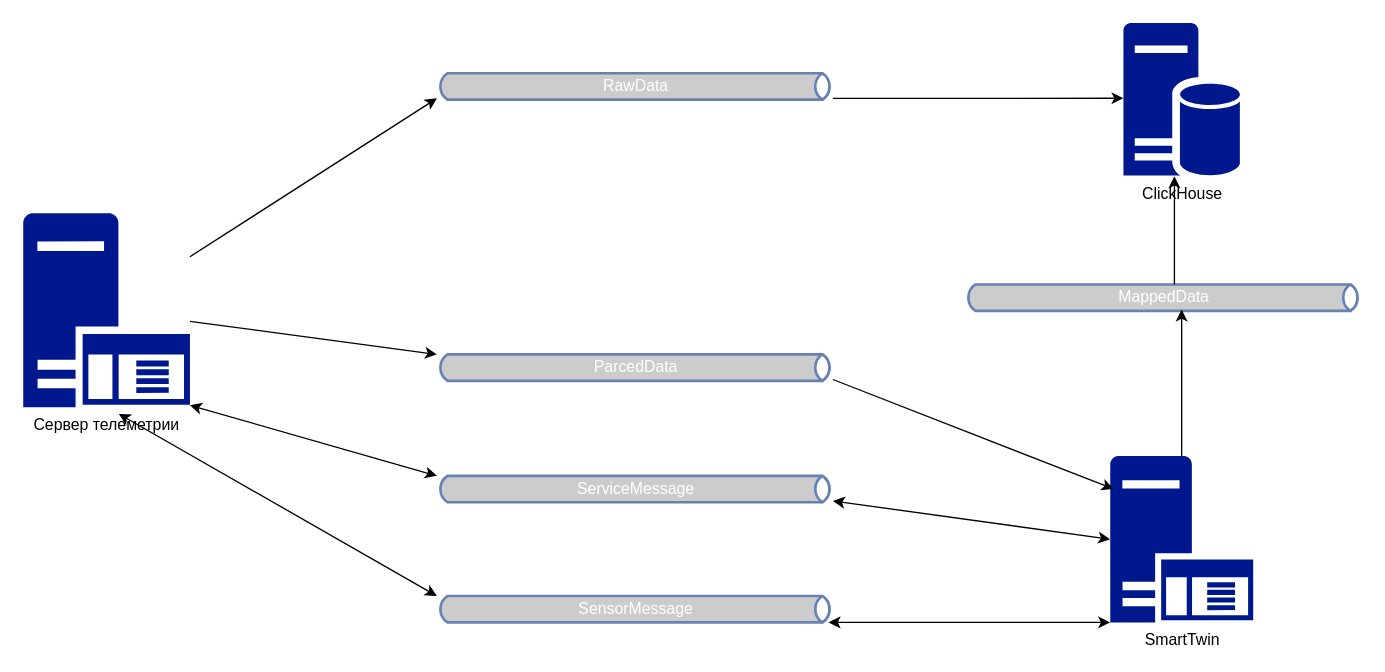
This is page "Схема взаимодействия" (3 of 6) of Telemetry2.drawio from aaf1974/ProjectDiagram, a draw.io file, before an edit. Source tidied: cells renumbered, new cells numbered last; positions are measured from the earlier drawing's top-left corner, leaving out a move shared by most shapes. Both pictures are drawn from the tidied source at 132%, with x=0, y=0 at pixel (22, 22).
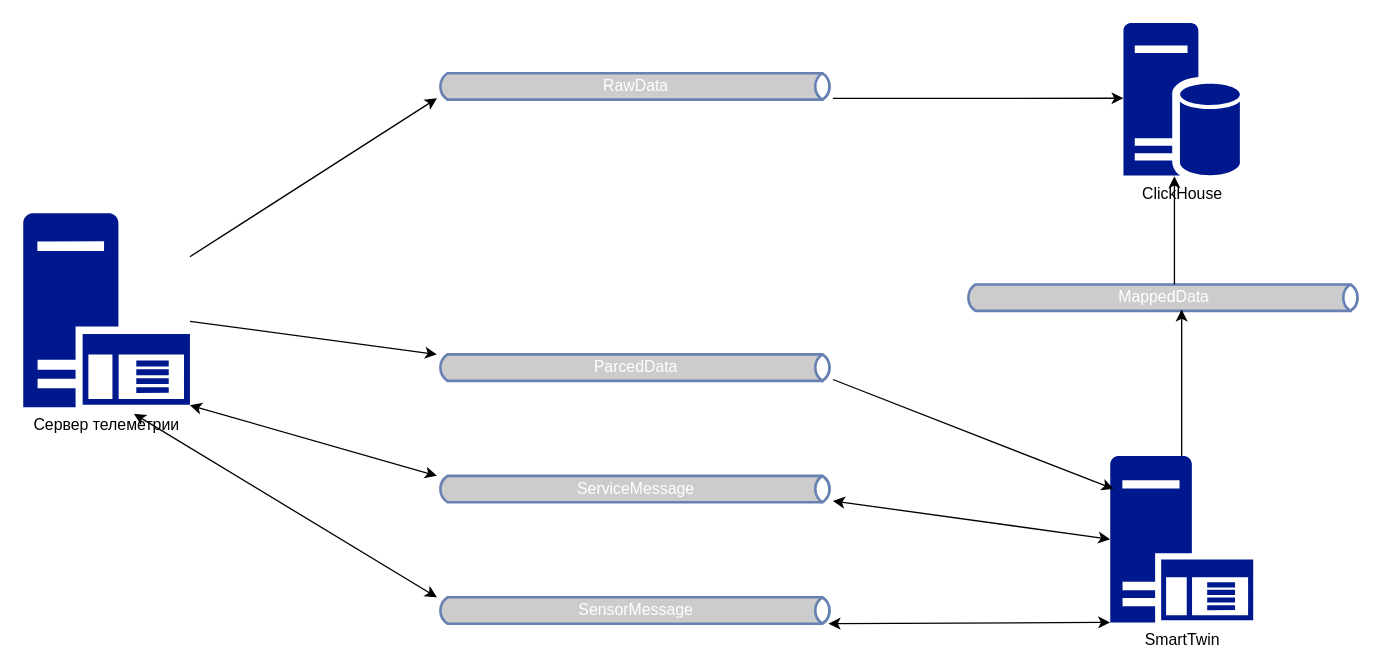
After the change.

Unchanged cells that the change refers to:
```xml
<mxCell id="3" value="Сервер телеметрии" style="shadow=0;dashed=0;html=1;strokeColor=none;labelPosition=center;verticalLabelPosition=bottom;verticalAlign=top;align=center;fillColor=#00188D;shape=mxgraph.mscae.enterprise.application_server;" parent="1" vertex="1">
  <mxGeometry y="144" width="126.4" height="147" as="geometry" />
</mxCell>
```

The edit, as a diff of the source:
```diff
@@
     <mxCell id="9" value="SensorMessage" style="html=1;outlineConnect=0;fillColor=#CCCCCC;strokeColor=#6881B3;gradientColor=none;gradientDirection=north;strokeWidth=2;shape=mxgraph.networks.bus;gradientColor=none;gradientDirection=north;fontColor=#ffffff;perimeter=backbonePerimeter;backboneSize=20;" parent="1" vertex="1">
-      <mxGeometry x="313.5" y="434" width="300" height="20" as="geometry" />
+      <mxGeometry x="313.5" y="435" width="300" height="20" as="geometry" />
     </mxCell>
@@
-    <mxCell id="19" style="endArrow=classic;startArrow=classic;html=1;exitX=0.573;exitY=1.034;exitDx=0;exitDy=0;exitPerimeter=0;" parent="1" edge="1" source="3" target="9">
-      <mxGeometry relative="1" as="geometry" />
-    </mxCell>
+    <mxCell id="20" style="endArrow=classic;startArrow=classic;html=1;entryX=0.664;entryY=1.034;entryDx=0;entryDy=0;entryPerimeter=0;" parent="1" edge="1" source="9" target="3">
+      <mxGeometry relative="1" as="geometry" />
+    </mxCell>
```
